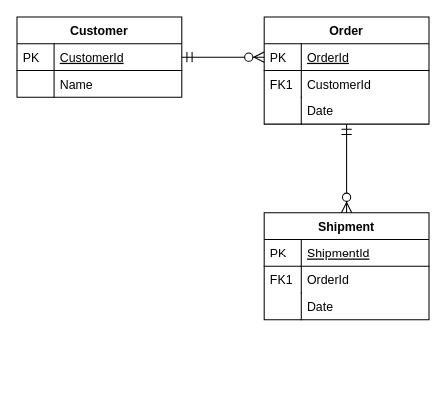
Earlier version of the draw.io diagram Untitled Diagram.drawio (Finn969/Project-SFIA-1). Source tidied: cells renumbered, new cells numbered last; positions are measured from the earlier drawing's top-left corner, leaving out a move shared by most shapes. Both pictures are drawn from the tidied source at 103%, with x=0, y=0 at pixel (16, 16).
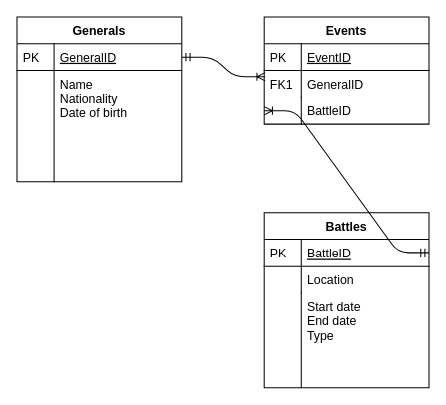
Above is the later version.

Change to the diagram source:
```diff
@@
-    <mxCell id="2" value="Customer" style="swimlane;fontStyle=1;horizontal=1;startSize=26;rounded=0;shadow=0;strokeWidth=1;" parent="1" vertex="1">
-      <mxGeometry width="160" height="78" as="geometry" />
+    <mxCell id="2" value="Generals" style="swimlane;fontStyle=1;horizontal=1;startSize=26;rounded=0;shadow=0;strokeWidth=1;" parent="1" vertex="1">
+      <mxGeometry width="160" height="160" as="geometry" />
     </mxCell>
-    <mxCell id="3" value="CustomerId" style="shape=partialRectangle;top=0;left=0;right=0;bottom=1;align=left;verticalAlign=top;fillColor=none;spacingLeft=40;spacingRight=4;overflow=hidden;points=[[0,0.5],[1,0.5]];portConstraint=eastwest;rounded=0;shadow=0;strokeWidth=1;fontStyle=4;" parent="2" vertex="1">
+    <mxCell id="3" value="GeneralID" style="shape=partialRectangle;top=0;left=0;right=0;bottom=1;align=left;verticalAlign=top;fillColor=none;spacingLeft=40;spacingRight=4;overflow=hidden;points=[[0,0.5],[1,0.5]];portConstraint=eastwest;rounded=0;shadow=0;strokeWidth=1;fontStyle=4;" parent="2" vertex="1">
       <mxGeometry y="26" width="160" height="26" as="geometry" />
     </mxCell>
@@
-    <mxCell id="5" value="Name" style="shape=partialRectangle;top=0;left=0;right=0;bottom=0;align=left;verticalAlign=top;fillColor=none;spacingLeft=40;spacingRight=4;overflow=hidden;rounded=0;shadow=0;strokeWidth=1;" parent="2" vertex="1">
-      <mxGeometry y="52" width="160" height="26" as="geometry" />
+    <mxCell id="5" value="Name&#10;Nationality&#10;Date of birth" style="shape=partialRectangle;top=0;left=0;right=0;bottom=0;align=left;verticalAlign=top;fillColor=none;spacingLeft=40;spacingRight=4;overflow=hidden;rounded=0;shadow=0;strokeWidth=1;" parent="2" vertex="1">
+      <mxGeometry y="52" width="160" height="108" as="geometry" />
     </mxCell>
     <mxCell id="6" style="shape=partialRectangle;top=0;left=0;bottom=0;fillColor=none;align=left;verticalAlign=top;spacingLeft=4;spacingRight=4;overflow=hidden;" parent="5" vertex="1">
-      <mxGeometry width="36" height="26" as="geometry" />
+      <mxGeometry width="36" height="108" as="geometry" />
     </mxCell>
-    <mxCell id="7" value="Order" style="swimlane;fontStyle=1;horizontal=1;startSize=26;rounded=0;shadow=0;strokeWidth=1;" parent="1" vertex="1">
+    <mxCell id="7" value="Events" style="swimlane;fontStyle=1;horizontal=1;startSize=26;rounded=0;shadow=0;strokeWidth=1;" parent="1" vertex="1">
       <mxGeometry x="240" width="160" height="104" as="geometry" />
     </mxCell>
-    <mxCell id="8" value="OrderId" style="shape=partialRectangle;top=0;left=0;right=0;bottom=1;align=left;verticalAlign=top;fillColor=none;spacingLeft=40;spacingRight=4;overflow=hidden;points=[[0,0.5],[1,0.5]];portConstraint=eastwest;rounded=0;shadow=0;strokeWidth=1;fontStyle=4;" parent="7" vertex="1">
+    <mxCell id="8" value="EventID" style="shape=partialRectangle;top=0;left=0;right=0;bottom=1;align=left;verticalAlign=top;fillColor=none;spacingLeft=40;spacingRight=4;overflow=hidden;points=[[0,0.5],[1,0.5]];portConstraint=eastwest;rounded=0;shadow=0;strokeWidth=1;fontStyle=4;" parent="7" vertex="1">
       <mxGeometry y="26" width="160" height="26" as="geometry" />
     </mxCell>
@@
-    <mxCell id="10" value="CustomerId" style="shape=partialRectangle;top=0;left=0;right=0;bottom=0;align=left;verticalAlign=top;fillColor=none;spacingLeft=40;spacingRight=4;overflow=hidden;points=[[0,0.5],[1,0.5]];portConstraint=eastwest;rounded=0;shadow=0;strokeWidth=1;" parent="7" vertex="1">
+    <mxCell id="10" value="GeneralID" style="shape=partialRectangle;top=0;left=0;right=0;bottom=0;align=left;verticalAlign=top;fillColor=none;spacingLeft=40;spacingRight=4;overflow=hidden;points=[[0,0.5],[1,0.5]];portConstraint=eastwest;rounded=0;shadow=0;strokeWidth=1;" parent="7" vertex="1">
       <mxGeometry y="52" width="160" height="26" as="geometry" />
     </mxCell>
@@
-    <mxCell id="12" value="Date" style="shape=partialRectangle;top=0;left=0;right=0;bottom=0;align=left;verticalAlign=top;fillColor=none;spacingLeft=40;spacingRight=4;overflow=hidden;points=[[0,0.5],[1,0.5]];portConstraint=eastwest;rounded=0;shadow=0;strokeWidth=1;" parent="7" vertex="1">
+    <mxCell id="12" value="BattleID" style="shape=partialRectangle;top=0;left=0;right=0;bottom=0;align=left;verticalAlign=top;fillColor=none;spacingLeft=40;spacingRight=4;overflow=hidden;points=[[0,0.5],[1,0.5]];portConstraint=eastwest;rounded=0;shadow=0;strokeWidth=1;" parent="7" vertex="1">
       <mxGeometry y="78" width="160" height="26" as="geometry" />
     </mxCell>
@@
-    <mxCell id="14" style="edgeStyle=orthogonalEdgeStyle;endArrow=ERzeroToMany;startArrow=ERmandOne;shadow=0;strokeWidth=1;endSize=8;startSize=8;" parent="1" edge="1" source="3" target="8">
-      <mxGeometry relative="1" as="geometry" />
-    </mxCell>
-    <mxCell id="15" value="Shipment" style="swimlane;fontStyle=1;horizontal=1;startSize=26;rounded=0;shadow=0;strokeWidth=1;" parent="1" vertex="1">
-      <mxGeometry x="240" y="190" width="160" height="104" as="geometry" />
+    <mxCell id="15" value="Battles" style="swimlane;fontStyle=1;horizontal=1;startSize=26;rounded=0;shadow=0;strokeWidth=1;" parent="1" vertex="1">
+      <mxGeometry x="240" y="190" width="160" height="170" as="geometry" />
     </mxCell>
-    <mxCell id="16" value="ShipmentId" style="shape=partialRectangle;top=0;left=0;right=0;bottom=1;align=left;verticalAlign=top;fillColor=none;spacingLeft=40;spacingRight=4;overflow=hidden;points=[[0,0.5],[1,0.5]];portConstraint=eastwest;rounded=0;shadow=0;strokeWidth=1;fontStyle=4;" parent="15" vertex="1">
+    <mxCell id="16" value="BattleID" style="shape=partialRectangle;top=0;left=0;right=0;bottom=1;align=left;verticalAlign=top;fillColor=none;spacingLeft=40;spacingRight=4;overflow=hidden;points=[[0,0.5],[1,0.5]];portConstraint=eastwest;rounded=0;shadow=0;strokeWidth=1;fontStyle=4;" parent="15" vertex="1">
       <mxGeometry y="26" width="160" height="26" as="geometry" />
     </mxCell>
@@
-    <mxCell id="18" value="OrderId" style="shape=partialRectangle;top=0;left=0;right=0;bottom=0;align=left;verticalAlign=top;fillColor=none;spacingLeft=40;spacingRight=4;overflow=hidden;rounded=0;shadow=0;strokeWidth=1;" parent="15" vertex="1">
+    <mxCell id="18" value="Location" style="shape=partialRectangle;top=0;left=0;right=0;bottom=0;align=left;verticalAlign=top;fillColor=none;spacingLeft=40;spacingRight=4;overflow=hidden;rounded=0;shadow=0;strokeWidth=1;" parent="15" vertex="1">
       <mxGeometry y="52" width="160" height="26" as="geometry" />
     </mxCell>
-    <mxCell id="19" value="FK1" style="shape=partialRectangle;top=0;left=0;bottom=0;fillColor=none;align=left;verticalAlign=top;spacingLeft=4;spacingRight=4;overflow=hidden;" parent="18" vertex="1">
+    <mxCell id="19" style="shape=partialRectangle;top=0;left=0;bottom=0;fillColor=none;align=left;verticalAlign=top;spacingLeft=4;spacingRight=4;overflow=hidden;" parent="18" vertex="1">
       <mxGeometry width="36" height="26" as="geometry" />
     </mxCell>
-    <mxCell id="20" value="Date" style="shape=partialRectangle;top=0;left=0;right=0;bottom=0;align=left;verticalAlign=top;fillColor=none;spacingLeft=40;spacingRight=4;overflow=hidden;rounded=0;shadow=0;strokeWidth=1;" parent="15" vertex="1">
-      <mxGeometry y="78" width="160" height="26" as="geometry" />
+    <mxCell id="20" value="Start date&#10;End date&#10;Type" style="shape=partialRectangle;top=0;left=0;right=0;bottom=0;align=left;verticalAlign=top;fillColor=none;spacingLeft=40;spacingRight=4;overflow=hidden;rounded=0;shadow=0;strokeWidth=1;" parent="15" vertex="1">
+      <mxGeometry y="78" width="160" height="92" as="geometry" />
     </mxCell>
     <mxCell id="21" style="shape=partialRectangle;top=0;left=0;bottom=0;fillColor=none;align=left;verticalAlign=top;spacingLeft=4;spacingRight=4;overflow=hidden;" parent="20" vertex="1">
-      <mxGeometry width="36" height="26" as="geometry" />
+      <mxGeometry width="36" height="92" as="geometry" />
     </mxCell>
-    <mxCell id="22" style="edgeStyle=orthogonalEdgeStyle;endArrow=ERzeroToMany;startArrow=ERmandOne;shadow=0;strokeWidth=1;endSize=8;startSize=8;" parent="1" edge="1" source="7" target="15">
-      <mxGeometry relative="1" as="geometry" />
-    </mxCell>
+    <mxCell id="23" style="edgeStyle=entityRelationEdgeStyle;fontSize=12;html=1;endArrow=ERoneToMany;startArrow=ERmandOne;exitX=1;exitY=0.5;exitDx=0;exitDy=0;entryX=0;entryY=0.5;entryDx=0;entryDy=0;" parent="1" edge="1" source="16" target="12">
+      <mxGeometry relative="1" as="geometry" />
+    </mxCell>
+    <mxCell id="24" style="edgeStyle=entityRelationEdgeStyle;fontSize=12;html=1;endArrow=ERoneToMany;startArrow=ERmandOne;entryX=0.006;entryY=0.231;entryDx=0;entryDy=0;exitX=1;exitY=0.5;exitDx=0;exitDy=0;entryPerimeter=0;" parent="1" edge="1" source="3" target="10">
+      <mxGeometry relative="1" as="geometry" />
+    </mxCell>
```
